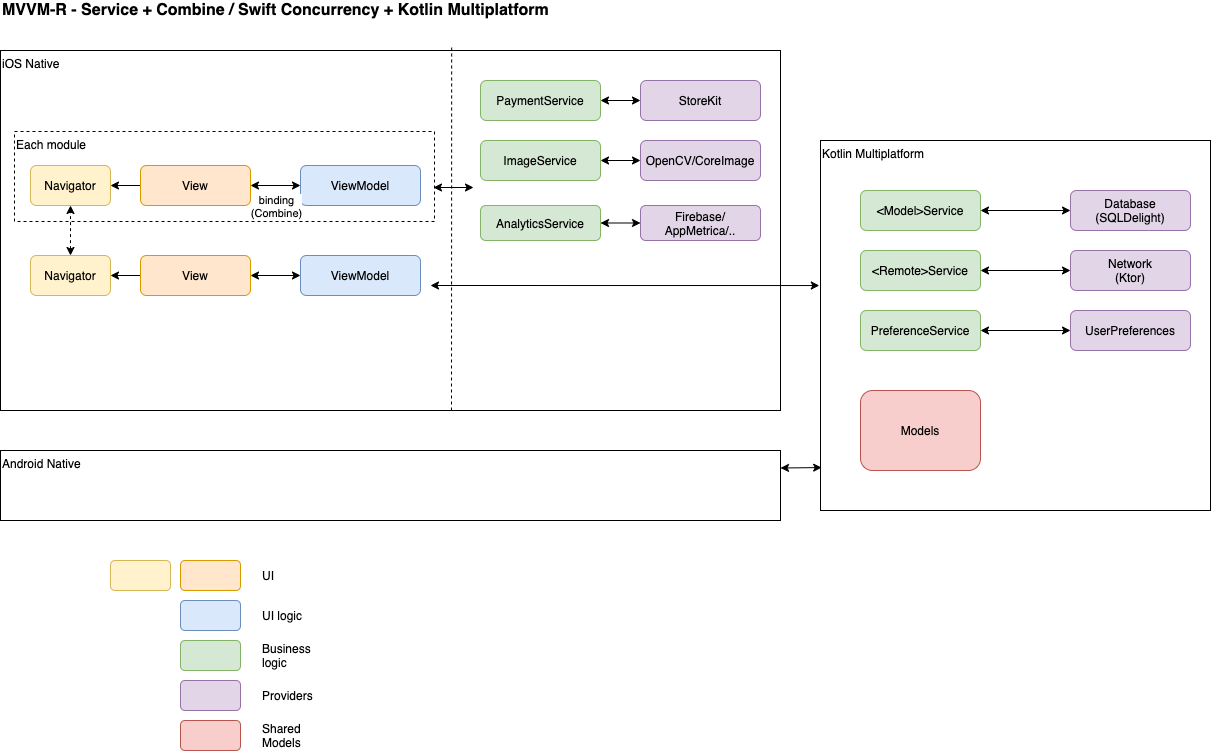
Above: PhotoBoost-Architecture.png in quantappm/AppIcons (draw.io), before the change. Source tidied: cells renumbered, new cells last; positions are measured from the earlier drawing's top-left corner, leaving out a move shared by most shapes.
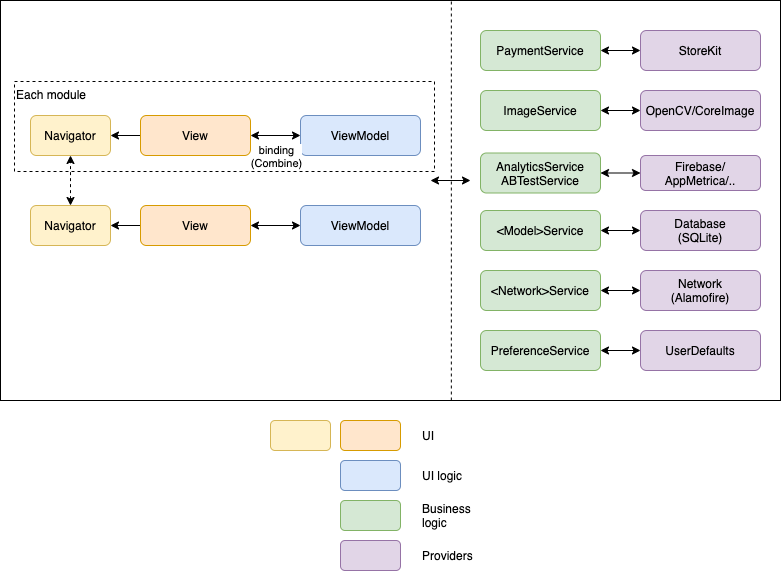
Above is the later version.

Change to the diagram source:
```diff
@@ -2,17 +2,17 @@
   <root>
     <mxCell id="0" />
     <mxCell id="1" parent="0" />
-    <mxCell id="2" value="iOS Native&lt;br&gt;" style="rounded=0;whiteSpace=wrap;html=1;align=left;verticalAlign=top;" parent="1" vertex="1">
-      <mxGeometry y="50" width="780" height="360" as="geometry" />
+    <mxCell id="2" style="rounded=0;whiteSpace=wrap;html=1;align=left;verticalAlign=top;" parent="1" vertex="1">
+      <mxGeometry x="90" y="50" width="780" height="400" as="geometry" />
     </mxCell>
     <mxCell id="3" style="edgeStyle=orthogonalEdgeStyle;rounded=0;jettySize=auto;html=1;" parent="1" edge="1" source="4" target="45">
       <mxGeometry relative="1" as="geometry" />
     </mxCell>
     <mxCell id="4" value="View" style="rounded=1;whiteSpace=wrap;html=1;fillColor=#ffe6cc;strokeColor=#d79b00;" parent="1" vertex="1">
-      <mxGeometry x="140" y="165" width="110" height="40" as="geometry" />
+      <mxGeometry x="230" y="165" width="110" height="40" as="geometry" />
     </mxCell>
     <mxCell id="5" value="ViewModel" style="rounded=1;whiteSpace=wrap;html=1;fillColor=#dae8fc;strokeColor=#6c8ebf;" parent="1" vertex="1">
-      <mxGeometry x="300" y="165" width="120" height="40" as="geometry" />
+      <mxGeometry x="390" y="165" width="120" height="40" as="geometry" />
     </mxCell>
     <mxCell id="6" style="endArrow=classic;startArrow=classic;html=1;rounded=0;exitX=1;exitY=0.5;exitDx=0;exitDy=0;entryX=0;entryY=0.5;entryDx=0;entryDy=0;" parent="1" edge="1" source="4" target="5">
       <mxGeometry relative="1" as="geometry" />
@@ -22,35 +22,32 @@
         <mxPoint x="-3" y="24" as="offset" />
       </mxGeometry>
     </mxCell>
-    <mxCell id="8" value="Kotlin Multiplatform" style="rounded=0;whiteSpace=wrap;html=1;align=left;verticalAlign=top;" parent="1" vertex="1">
-      <mxGeometry x="820" y="140" width="390" height="370" as="geometry" />
-    </mxCell>
     <mxCell id="9" value="&amp;lt;Model&amp;gt;Service" style="rounded=1;whiteSpace=wrap;html=1;fillColor=#d5e8d4;strokeColor=#82b366;" parent="1" vertex="1">
-      <mxGeometry x="860" y="190" width="120" height="40" as="geometry" />
+      <mxGeometry x="570" y="260" width="120" height="40" as="geometry" />
     </mxCell>
-    <mxCell id="10" value="&amp;lt;Remote&amp;gt;Service" style="rounded=1;whiteSpace=wrap;html=1;fillColor=#d5e8d4;strokeColor=#82b366;" parent="1" vertex="1">
-      <mxGeometry x="860" y="250" width="120" height="40" as="geometry" />
+    <mxCell id="10" value="&amp;lt;Network&amp;gt;Service" style="rounded=1;whiteSpace=wrap;html=1;fillColor=#d5e8d4;strokeColor=#82b366;" parent="1" vertex="1">
+      <mxGeometry x="570" y="320" width="120" height="40" as="geometry" />
     </mxCell>
     <mxCell id="11" value="PreferenceService" style="rounded=1;whiteSpace=wrap;html=1;fillColor=#d5e8d4;strokeColor=#82b366;" parent="1" vertex="1">
-      <mxGeometry x="860" y="310" width="120" height="40" as="geometry" />
+      <mxGeometry x="570" y="380" width="120" height="40" as="geometry" />
     </mxCell>
-    <mxCell id="12" value="AnalyticsService" style="rounded=1;whiteSpace=wrap;html=1;fillColor=#d5e8d4;strokeColor=#82b366;" parent="1" vertex="1">
-      <mxGeometry x="480" y="205" width="120" height="35" as="geometry" />
+    <mxCell id="12" value="AnalyticsService&lt;br&gt;ABTestService" style="rounded=1;whiteSpace=wrap;html=1;fillColor=#d5e8d4;strokeColor=#82b366;spacing=2;" parent="1" vertex="1">
+      <mxGeometry x="570" y="202.5" width="120" height="40" as="geometry" />
     </mxCell>
     <mxCell id="13" value="PaymentService" style="rounded=1;whiteSpace=wrap;html=1;fillColor=#d5e8d4;strokeColor=#82b366;" parent="1" vertex="1">
-      <mxGeometry x="480" y="80" width="120" height="40" as="geometry" />
+      <mxGeometry x="570" y="80" width="120" height="40" as="geometry" />
     </mxCell>
-    <mxCell id="14" value="Database&lt;br&gt;(SQLDelight)" style="rounded=1;whiteSpace=wrap;html=1;fillColor=#e1d5e7;strokeColor=#9673a6;" parent="1" vertex="1">
-      <mxGeometry x="1070" y="190" width="120" height="40" as="geometry" />
+    <mxCell id="14" value="Database&lt;br&gt;(SQLite)" style="rounded=1;whiteSpace=wrap;html=1;fillColor=#e1d5e7;strokeColor=#9673a6;" parent="1" vertex="1">
+      <mxGeometry x="730" y="260" width="120" height="40" as="geometry" />
     </mxCell>
-    <mxCell id="15" value="Network&lt;br&gt;(Ktor)" style="rounded=1;whiteSpace=wrap;html=1;fillColor=#e1d5e7;strokeColor=#9673a6;" parent="1" vertex="1">
-      <mxGeometry x="1070" y="250" width="120" height="40" as="geometry" />
+    <mxCell id="15" value="Network&lt;br&gt;(Alamofire)" style="rounded=1;whiteSpace=wrap;html=1;fillColor=#e1d5e7;strokeColor=#9673a6;" parent="1" vertex="1">
+      <mxGeometry x="730" y="320" width="120" height="40" as="geometry" />
     </mxCell>
-    <mxCell id="16" value="UserPreferences" style="rounded=1;whiteSpace=wrap;html=1;fillColor=#e1d5e7;strokeColor=#9673a6;" parent="1" vertex="1">
-      <mxGeometry x="1070" y="310" width="120" height="40" as="geometry" />
+    <mxCell id="16" value="UserDefaults" style="rounded=1;whiteSpace=wrap;html=1;fillColor=#e1d5e7;strokeColor=#9673a6;" parent="1" vertex="1">
+      <mxGeometry x="730" y="380" width="120" height="40" as="geometry" />
     </mxCell>
     <mxCell id="17" value="Firebase/&lt;br&gt;AppMetrica/.." style="rounded=1;whiteSpace=wrap;html=1;fillColor=#e1d5e7;strokeColor=#9673a6;" parent="1" vertex="1">
-      <mxGeometry x="640" y="205" width="120" height="35" as="geometry" />
+      <mxGeometry x="730" y="205" width="120" height="35" as="geometry" />
     </mxCell>
     <mxCell id="18" style="endArrow=classic;startArrow=classic;html=1;rounded=0;exitX=1;exitY=0.5;exitDx=0;exitDy=0;entryX=0;entryY=0.5;entryDx=0;entryDy=0;" parent="1" edge="1" source="9" target="14">
       <mxGeometry relative="1" as="geometry" />
@@ -64,62 +61,42 @@
     <mxCell id="21" style="endArrow=classic;startArrow=classic;html=1;rounded=0;exitX=1;exitY=0.5;exitDx=0;exitDy=0;entryX=0;entryY=0.5;entryDx=0;entryDy=0;" parent="1" edge="1" source="12" target="17">
       <mxGeometry relative="1" as="geometry" />
     </mxCell>
-    <mxCell id="22" value="Models" style="rounded=1;whiteSpace=wrap;html=1;fillColor=#f8cecc;strokeColor=#b85450;" parent="1" vertex="1">
-      <mxGeometry x="860" y="390" width="120" height="80" as="geometry" />
-    </mxCell>
-    <mxCell id="23" style="endArrow=classic;startArrow=classic;html=1;rounded=0;entryX=-0.003;entryY=0.392;entryDx=0;entryDy=0;entryPerimeter=0;" parent="1" edge="1" target="8">
-      <mxGeometry relative="1" as="geometry">
-        <mxPoint x="430" y="285" as="sourcePoint" />
-      </mxGeometry>
-    </mxCell>
-    <mxCell id="24" value="Android Native" style="rounded=0;whiteSpace=wrap;html=1;align=left;verticalAlign=top;" parent="1" vertex="1">
-      <mxGeometry y="450" width="780" height="70" as="geometry" />
-    </mxCell>
-    <mxCell id="25" style="endArrow=classic;startArrow=classic;html=1;rounded=0;exitX=1;exitY=0.25;exitDx=0;exitDy=0;entryX=0.003;entryY=0.884;entryDx=0;entryDy=0;entryPerimeter=0;" parent="1" edge="1" source="24" target="8">
-      <mxGeometry relative="1" as="geometry" />
-    </mxCell>
     <mxCell id="26" style="rounded=1;whiteSpace=wrap;html=1;fillColor=#ffe6cc;strokeColor=#d79b00;" parent="1" vertex="1">
-      <mxGeometry x="180" y="560" width="60" height="30" as="geometry" />
+      <mxGeometry x="430" y="470" width="60" height="30" as="geometry" />
     </mxCell>
     <mxCell id="27" value="UI" style="text;html=1;strokeColor=none;fillColor=none;align=left;verticalAlign=middle;whiteSpace=wrap;rounded=0;" parent="1" vertex="1">
-      <mxGeometry x="260" y="560" width="60" height="30" as="geometry" />
+      <mxGeometry x="510" y="470" width="60" height="30" as="geometry" />
     </mxCell>
     <mxCell id="28" style="rounded=1;whiteSpace=wrap;html=1;fillColor=#dae8fc;strokeColor=#6c8ebf;" parent="1" vertex="1">
-      <mxGeometry x="180" y="600" width="60" height="30" as="geometry" />
+      <mxGeometry x="430" y="510" width="60" height="30" as="geometry" />
     </mxCell>
     <mxCell id="29" value="UI logic" style="text;html=1;strokeColor=none;fillColor=none;align=left;verticalAlign=middle;whiteSpace=wrap;rounded=0;" parent="1" vertex="1">
-      <mxGeometry x="260" y="600" width="60" height="30" as="geometry" />
+      <mxGeometry x="510" y="510" width="60" height="30" as="geometry" />
     </mxCell>
     <mxCell id="30" style="rounded=1;whiteSpace=wrap;html=1;fillColor=#d5e8d4;strokeColor=#82b366;" parent="1" vertex="1">
-      <mxGeometry x="180" y="640" width="60" height="30" as="geometry" />
+      <mxGeometry x="430" y="550" width="60" height="30" as="geometry" />
     </mxCell>
     <mxCell id="31" value="Business logic" style="text;html=1;strokeColor=none;fillColor=none;align=left;verticalAlign=middle;whiteSpace=wrap;rounded=0;" parent="1" vertex="1">
-      <mxGeometry x="260" y="640" width="60" height="30" as="geometry" />
+      <mxGeometry x="510" y="550" width="60" height="30" as="geometry" />
     </mxCell>
     <mxCell id="32" style="rounded=1;whiteSpace=wrap;html=1;fillColor=#e1d5e7;strokeColor=#9673a6;" parent="1" vertex="1">
-      <mxGeometry x="180" y="680" width="60" height="30" as="geometry" />
+      <mxGeometry x="430" y="590" width="60" height="30" as="geometry" />
     </mxCell>
     <mxCell id="33" value="Providers" style="text;html=1;strokeColor=none;fillColor=none;align=left;verticalAlign=middle;whiteSpace=wrap;rounded=0;" parent="1" vertex="1">
-      <mxGeometry x="260" y="680" width="60" height="30" as="geometry" />
+      <mxGeometry x="510" y="590" width="60" height="30" as="geometry" />
     </mxCell>
     <mxCell id="34" value="StoreKit" style="rounded=1;whiteSpace=wrap;html=1;fillColor=#e1d5e7;strokeColor=#9673a6;" parent="1" vertex="1">
-      <mxGeometry x="640" y="80" width="120" height="40" as="geometry" />
+      <mxGeometry x="730" y="80" width="120" height="40" as="geometry" />
     </mxCell>
     <mxCell id="35" style="endArrow=classic;startArrow=classic;html=1;rounded=0;exitX=1;exitY=0.5;exitDx=0;exitDy=0;entryX=0;entryY=0.5;entryDx=0;entryDy=0;" parent="1" edge="1" source="13" target="34">
       <mxGeometry relative="1" as="geometry" />
     </mxCell>
     <mxCell id="36" value="ImageService" style="rounded=1;whiteSpace=wrap;html=1;fillColor=#d5e8d4;strokeColor=#82b366;" parent="1" vertex="1">
-      <mxGeometry x="480" y="140" width="120" height="40" as="geometry" />
+      <mxGeometry x="570" y="140" width="120" height="40" as="geometry" />
     </mxCell>
     <mxCell id="37" value="OpenCV/CoreImage" style="rounded=1;whiteSpace=wrap;html=1;fillColor=#e1d5e7;strokeColor=#9673a6;" parent="1" vertex="1">
-      <mxGeometry x="640" y="140" width="120" height="40" as="geometry" />
+      <mxGeometry x="730" y="140" width="120" height="40" as="geometry" />
     </mxCell>
-    <mxCell id="38" style="rounded=1;whiteSpace=wrap;html=1;fillColor=#f8cecc;strokeColor=#b85450;" parent="1" vertex="1">
-      <mxGeometry x="180" y="720" width="60" height="30" as="geometry" />
-    </mxCell>
-    <mxCell id="39" value="Shared Models" style="text;html=1;strokeColor=none;fillColor=none;align=left;verticalAlign=middle;whiteSpace=wrap;rounded=0;" parent="1" vertex="1">
-      <mxGeometry x="260" y="720" width="60" height="30" as="geometry" />
-    </mxCell>
     <mxCell id="40" style="endArrow=classic;startArrow=classic;html=1;rounded=0;exitX=1;exitY=0.5;exitDx=0;exitDy=0;entryX=0;entryY=0.5;entryDx=0;entryDy=0;" parent="1" edge="1" source="36" target="37">
       <mxGeometry relative="1" as="geometry" />
     </mxCell>
@@ -127,43 +104,37 @@
       <mxGeometry relative="1" as="geometry" />
     </mxCell>
     <mxCell id="42" value="View" style="rounded=1;whiteSpace=wrap;html=1;fillColor=#ffe6cc;strokeColor=#d79b00;" parent="1" vertex="1">
-      <mxGeometry x="140" y="255" width="110" height="40" as="geometry" />
+      <mxGeometry x="230" y="255" width="110" height="40" as="geometry" />
     </mxCell>
     <mxCell id="43" value="ViewModel" style="rounded=1;whiteSpace=wrap;html=1;fillColor=#dae8fc;strokeColor=#6c8ebf;" parent="1" vertex="1">
-      <mxGeometry x="300" y="255" width="120" height="40" as="geometry" />
+      <mxGeometry x="390" y="255" width="120" height="40" as="geometry" />
     </mxCell>
     <mxCell id="44" style="endArrow=classic;startArrow=classic;html=1;rounded=0;exitX=1;exitY=0.5;exitDx=0;exitDy=0;entryX=0;entryY=0.5;entryDx=0;entryDy=0;" parent="1" edge="1" source="42" target="43">
       <mxGeometry relative="1" as="geometry" />
     </mxCell>
     <mxCell id="45" value="Navigator" style="rounded=1;whiteSpace=wrap;html=1;fillColor=#fff2cc;strokeColor=#d6b656;" parent="1" vertex="1">
-      <mxGeometry x="30" y="165" width="80" height="40" as="geometry" />
+      <mxGeometry x="120" y="165" width="80" height="40" as="geometry" />
     </mxCell>
     <mxCell id="46" value="Navigator" style="rounded=1;whiteSpace=wrap;html=1;fillColor=#fff2cc;strokeColor=#d6b656;" parent="1" vertex="1">
-      <mxGeometry x="30" y="255" width="80" height="40" as="geometry" />
+      <mxGeometry x="120" y="255" width="80" height="40" as="geometry" />
     </mxCell>
     <mxCell id="47" style="endArrow=classic;startArrow=classic;html=1;rounded=0;entryX=0.5;entryY=1;entryDx=0;entryDy=0;exitX=0.5;exitY=0;exitDx=0;exitDy=0;dashed=1;" parent="1" edge="1" source="46" target="45">
       <mxGeometry relative="1" as="geometry" />
     </mxCell>
-    <mxCell id="48" style="endArrow=none;dashed=1;html=1;rounded=0;entryX=0.572;entryY=-0.008;entryDx=0;entryDy=0;entryPerimeter=0;" parent="1" edge="1">
-      <mxGeometry relative="1" as="geometry">
-        <mxPoint x="451" y="410" as="sourcePoint" />
-        <mxPoint x="451.2" y="47.1" as="targetPoint" />
-      </mxGeometry>
+    <mxCell id="48" style="endArrow=none;dashed=1;html=1;rounded=0;entryX=0.578;entryY=0;entryDx=0;entryDy=0;entryPerimeter=0;exitX=0.578;exitY=1;exitDx=0;exitDy=0;exitPerimeter=0;" parent="1" edge="1" source="2" target="2">
+      <mxGeometry relative="1" as="geometry" />
     </mxCell>
     <mxCell id="49" value="Each module" style="rounded=0;whiteSpace=wrap;html=1;dashed=1;fillColor=none;align=left;verticalAlign=top;" parent="1" vertex="1">
-      <mxGeometry x="14" y="131" width="420" height="90" as="geometry" />
+      <mxGeometry x="104" y="131" width="420" height="90" as="geometry" />
     </mxCell>
     <mxCell id="50" style="endArrow=classic;startArrow=classic;html=1;rounded=0;" parent="1" edge="1">
       <mxGeometry relative="1" as="geometry">
-        <mxPoint x="433" y="187" as="sourcePoint" />
-        <mxPoint x="473" y="187" as="targetPoint" />
+        <mxPoint x="520" y="230" as="sourcePoint" />
+        <mxPoint x="560" y="230" as="targetPoint" />
       </mxGeometry>
     </mxCell>
     <mxCell id="51" style="rounded=1;whiteSpace=wrap;html=1;fillColor=#fff2cc;strokeColor=#d6b656;" parent="1" vertex="1">
-      <mxGeometry x="110" y="560" width="60" height="30" as="geometry" />
+      <mxGeometry x="360" y="470" width="60" height="30" as="geometry" />
     </mxCell>
-    <mxCell id="52" value="MVVM-R - Service + Combine / Swift Concurrency + Kotlin Multiplatform" style="text;html=1;align=left;verticalAlign=middle;strokeColor=none;fillColor=none;fontSize=16;fontStyle=1;" parent="1" vertex="1">
-      <mxGeometry width="560" height="20" as="geometry" />
-    </mxCell>
   </root>
 </mxGraphModel>
```
